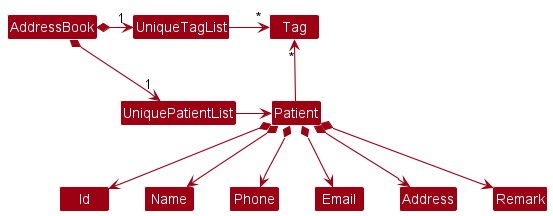
nus-cs2103-AY2223S2/tp keeps this PlantUML diagram as docs/images/BetterModelClassDiagram.png. Above is the earlier version. The source it was exported from:
```plantuml
@startuml
!include style.puml
skinparam arrowThickness 1.1
skinparam arrowColor MODEL_COLOR
skinparam classBackgroundColor MODEL_COLOR

AddressBook *-right-> "1" UniquePatientList
AddressBook *-right-> "1" UniqueTagList
UniqueTagList -[hidden]down- UniquePatientList
UniqueTagList -[hidden]down- UniquePatientList

UniqueTagList -right-> "*" Tag
UniquePatientList -right-> Patient

Patient -up-> "*" Tag

Patient *--> Id
Patient *--> Name
Patient *--> Phone
Patient *--> Email
Patient *--> Address
Patient *--> Remark
@enduml
```
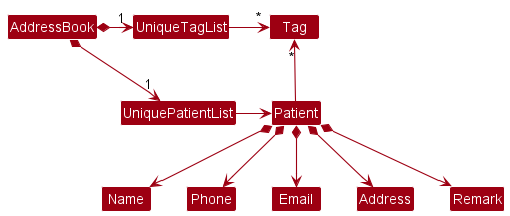
The same file after the commit.

Diff of the diagram source:
```diff
@@ -14,7 +14,6 @@
 
 Patient -up-> "*" Tag
 
-Patient *--> Id
 Patient *--> Name
 Patient *--> Phone
 Patient *--> Email
```
